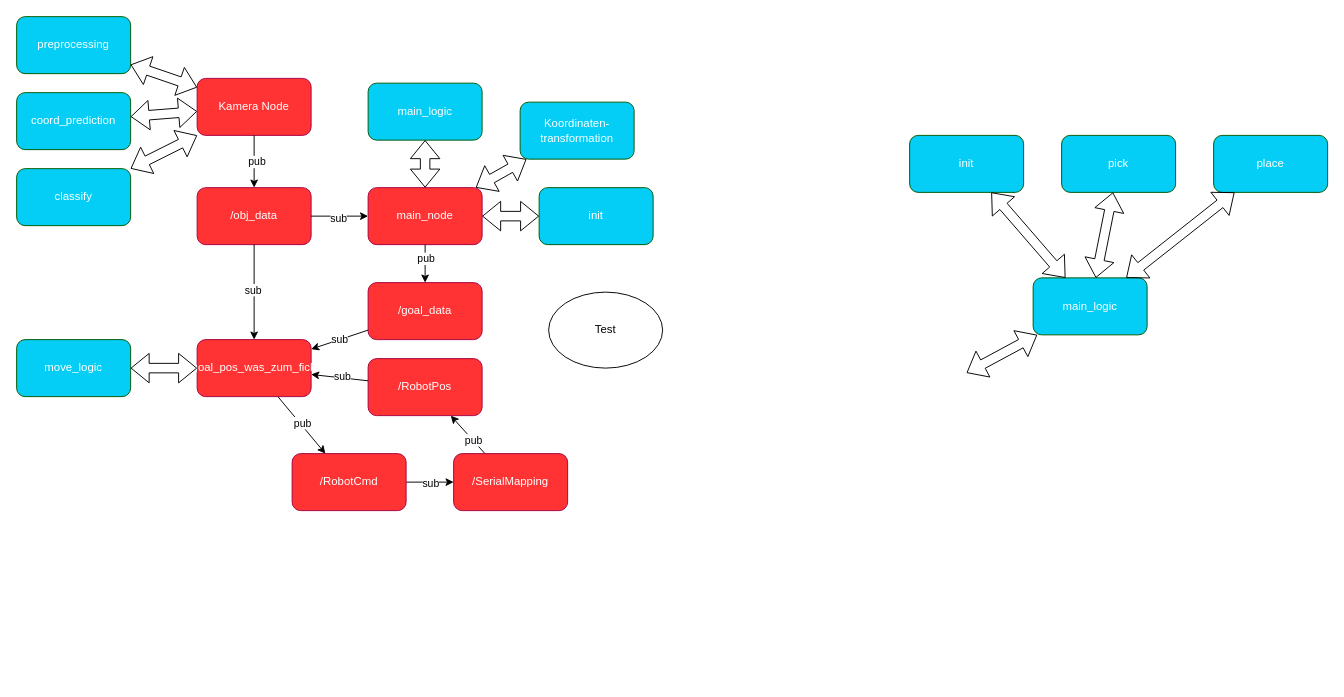
Above: AA_Software_Architektur/SW_architecture_simple.drawio in ibinsandig/Portal-zur-Exmatrikulation (draw.io), before the change. Source tidied: cells renumbered, new cells numbered last; positions are measured from the earlier drawing's top-left corner, leaving out a move shared by most shapes. Both pictures are drawn from the tidied source at 95%, with x=0, y=0 at pixel (16, 16).
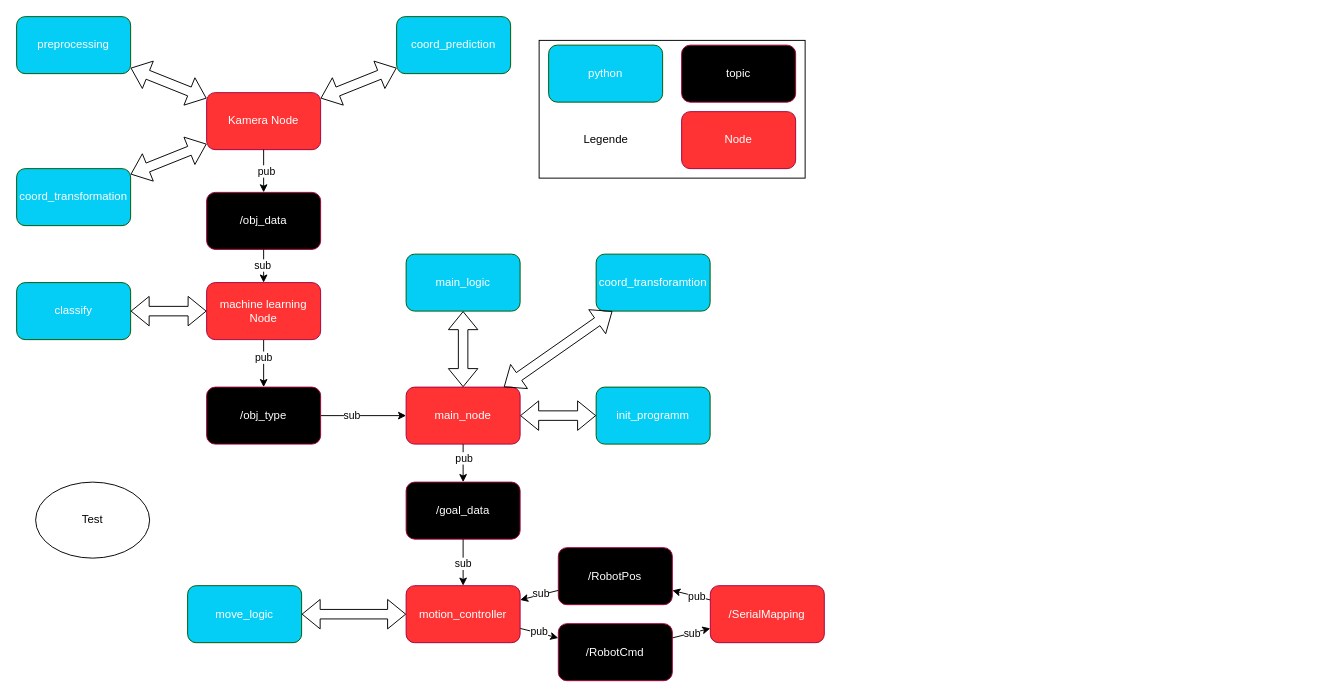
The same page after the edit.

Diff of the diagram source:
```diff
@@
     <mxCell id="2" value="Kamera Node" style="rounded=1;whiteSpace=wrap;html=1;fillColor=#FF3333;fontColor=#ffffff;strokeColor=#A50040;" parent="1" vertex="1">
-      <mxGeometry x="190" y="65" width="120" height="60" as="geometry" />
+      <mxGeometry x="200" y="80" width="120" height="60" as="geometry" />
     </mxCell>
@@
     <mxCell id="4" value="classify" style="rounded=1;whiteSpace=wrap;html=1;fillColor=light-dark(#04cef6, #43ba43);fontColor=#ffffff;strokeColor=#005700;" parent="1" vertex="1">
-      <mxGeometry y="160" width="120" height="60" as="geometry" />
+      <mxGeometry y="280" width="120" height="60" as="geometry" />
     </mxCell>
     <mxCell id="5" value="coord_prediction" style="rounded=1;whiteSpace=wrap;html=1;fillColor=light-dark(#04cef6, #43ba43);fontColor=#ffffff;strokeColor=#005700;" parent="1" vertex="1">
-      <mxGeometry y="80" width="120" height="60" as="geometry" />
+      <mxGeometry x="400" width="120" height="60" as="geometry" />
     </mxCell>
-    <mxCell id="6" style="shape=flexArrow;endArrow=classic;startArrow=classic;html=1;" parent="1" edge="1" source="2" target="4">
+    <mxCell id="6" style="shape=flexArrow;endArrow=classic;startArrow=classic;html=1;" parent="1" edge="1" source="53" target="4">
       <mxGeometry relative="1" as="geometry" />
     </mxCell>
@@
-    <mxCell id="9" value="/obj_data" style="rounded=1;whiteSpace=wrap;html=1;fillColor=#FF3333;fontColor=#ffffff;strokeColor=#A50040;" parent="1" vertex="1">
-      <mxGeometry x="190" y="180" width="120" height="60" as="geometry" />
+    <mxCell id="9" value="/obj_data" style="rounded=1;whiteSpace=wrap;html=1;fillColor=#000000;fontColor=#ffffff;strokeColor=#A50040;" parent="1" vertex="1">
+      <mxGeometry x="200" y="185" width="120" height="60" as="geometry" />
     </mxCell>
@@
     <mxCell id="12" value="main_node" style="rounded=1;whiteSpace=wrap;html=1;fillColor=#FF3333;fontColor=#ffffff;strokeColor=#A50040;" parent="1" vertex="1">
-      <mxGeometry x="370" y="180" width="120" height="60" as="geometry" />
+      <mxGeometry x="410" y="390" width="120" height="60" as="geometry" />
     </mxCell>
-    <mxCell id="13" style="endArrow=classic;html=1;" parent="1" edge="1" source="9" target="12">
-      <mxGeometry relative="1" as="geometry" />
-    </mxCell>
-    <mxCell id="14" value="sub" style="edgeLabel;html=1;align=center;verticalAlign=middle;" parent="13" vertex="1">
-      <mxGeometry x="-0.07" y="-2" relative="1" as="geometry" />
-    </mxCell>
-    <mxCell id="15" value="main_logic" style="rounded=1;whiteSpace=wrap;html=1;fillColor=light-dark(#04cef6, #43ba43);fontColor=#ffffff;strokeColor=#005700;" parent="1" vertex="1">
-      <mxGeometry x="1070" y="275" width="120" height="60" as="geometry" />
-    </mxCell>
-    <mxCell id="16" value="pick" style="rounded=1;whiteSpace=wrap;html=1;fillColor=light-dark(#04cef6, #43ba43);fontColor=#ffffff;strokeColor=#005700;" parent="1" vertex="1">
-      <mxGeometry x="1100" y="125" width="120" height="60" as="geometry" />
-    </mxCell>
-    <mxCell id="17" value="place" style="rounded=1;whiteSpace=wrap;html=1;fillColor=light-dark(#04cef6, #43ba43);fontColor=#ffffff;strokeColor=#005700;" parent="1" vertex="1">
-      <mxGeometry x="1260" y="125" width="120" height="60" as="geometry" />
-    </mxCell>
-    <mxCell id="18" value="init" style="rounded=1;whiteSpace=wrap;html=1;fillColor=light-dark(#04cef6, #43ba43);fontColor=#ffffff;strokeColor=#005700;" parent="1" vertex="1">
-      <mxGeometry x="940" y="125" width="120" height="60" as="geometry" />
-    </mxCell>
-    <mxCell id="19" style="shape=flexArrow;endArrow=classic;startArrow=classic;html=1;" parent="1" edge="1" source="15" target="18">
-      <mxGeometry relative="1" as="geometry" />
-    </mxCell>
-    <mxCell id="20" style="shape=flexArrow;endArrow=classic;startArrow=classic;html=1;" parent="1" edge="1" source="15" target="16">
-      <mxGeometry relative="1" as="geometry" />
-    </mxCell>
-    <mxCell id="21" style="shape=flexArrow;endArrow=classic;startArrow=classic;html=1;" parent="1" edge="1" source="15" target="17">
-      <mxGeometry relative="1" as="geometry" />
-    </mxCell>
-    <mxCell id="22" style="shape=flexArrow;endArrow=classic;startArrow=classic;html=1;" parent="1" edge="1" target="15">
-      <mxGeometry relative="1" as="geometry">
-        <mxPoint x="1000" y="375" as="sourcePoint" />
-      </mxGeometry>
-    </mxCell>
@@
-    <mxCell id="25" value="/RobotCmd" style="rounded=1;whiteSpace=wrap;html=1;fillColor=#FF3333;fontColor=#ffffff;strokeColor=#A50040;" parent="1" vertex="1">
-      <mxGeometry x="290" y="460" width="120" height="60" as="geometry" />
+    <mxCell id="25" value="/RobotCmd" style="rounded=1;whiteSpace=wrap;html=1;fillColor=light-dark(#000000, #ff7777);fontColor=#ffffff;strokeColor=#A50040;" parent="1" vertex="1">
+      <mxGeometry x="570.2" y="639" width="120" height="60" as="geometry" />
     </mxCell>
@@
     <mxCell id="28" value="/SerialMapping" style="rounded=1;whiteSpace=wrap;html=1;fillColor=#FF3333;fontColor=#ffffff;strokeColor=#A50040;" parent="1" vertex="1">
-      <mxGeometry x="460" y="460" width="120" height="60" as="geometry" />
+      <mxGeometry x="730.2" y="599" width="120" height="60" as="geometry" />
     </mxCell>
-    <mxCell id="29" value="/RobotPos" style="rounded=1;whiteSpace=wrap;html=1;fillColor=#FF3333;fontColor=#ffffff;strokeColor=#A50040;" parent="1" vertex="1">
-      <mxGeometry x="370" y="360" width="120" height="60" as="geometry" />
+    <mxCell id="29" value="/RobotPos" style="rounded=1;whiteSpace=wrap;html=1;fillColor=#000000;fontColor=#ffffff;strokeColor=#A50040;" parent="1" vertex="1">
+      <mxGeometry x="570.2" y="559" width="120" height="60" as="geometry" />
     </mxCell>
     <mxCell id="30" value="Test" style="ellipse;whiteSpace=wrap;html=1;" parent="1" vertex="1">
-      <mxGeometry x="560" y="290" width="120" height="80" as="geometry" />
+      <mxGeometry x="20" y="490" width="120" height="80" as="geometry" />
     </mxCell>
@@
     <mxCell id="35" value="main_logic" style="rounded=1;whiteSpace=wrap;html=1;fillColor=light-dark(#04cef6, #43ba43);fontColor=#ffffff;strokeColor=#005700;" parent="1" vertex="1">
-      <mxGeometry x="370" y="70" width="120" height="60" as="geometry" />
+      <mxGeometry x="410" y="250" width="120" height="60" as="geometry" />
     </mxCell>
@@
-    <mxCell id="37" value="/goal_data" style="rounded=1;whiteSpace=wrap;html=1;fillColor=#FF3333;fontColor=#ffffff;strokeColor=#A50040;" parent="1" vertex="1">
-      <mxGeometry x="370" y="280" width="120" height="60" as="geometry" />
+    <mxCell id="37" value="/goal_data" style="rounded=1;whiteSpace=wrap;html=1;fillColor=light-dark(#000000, #ff7777);fontColor=#ffffff;strokeColor=#A50040;" parent="1" vertex="1">
+      <mxGeometry x="410" y="490" width="120" height="60" as="geometry" />
     </mxCell>
-    <mxCell id="38" value="goal_pos_was_zum_fick" style="rounded=1;whiteSpace=wrap;html=1;fillColor=#FF3333;fontColor=#ffffff;strokeColor=#A50040;" parent="1" vertex="1">
-      <mxGeometry x="190" y="340" width="120" height="60" as="geometry" />
+    <mxCell id="38" value="motion_controller" style="rounded=1;whiteSpace=wrap;html=1;fillColor=#FF3333;fontColor=#ffffff;strokeColor=#A50040;" parent="1" vertex="1">
+      <mxGeometry x="410" y="599" width="120" height="60" as="geometry" />
     </mxCell>
     <mxCell id="39" value="move_logic" style="rounded=1;whiteSpace=wrap;html=1;fillColor=light-dark(#04cef6, #43ba43);fontColor=#ffffff;strokeColor=#005700;" parent="1" vertex="1">
-      <mxGeometry y="340" width="120" height="60" as="geometry" />
+      <mxGeometry x="180" y="599" width="120" height="60" as="geometry" />
     </mxCell>
@@
-    <mxCell id="45" style="endArrow=classic;html=1;" parent="1" edge="1" source="9" target="38">
+    <mxCell id="45" style="endArrow=classic;html=1;" parent="1" edge="1" source="9" target="53">
       <mxGeometry relative="1" as="geometry" />
     </mxCell>
@@
-    <mxCell id="47" value="Koordinaten-&lt;div&gt;transformation&lt;/div&gt;" style="rounded=1;whiteSpace=wrap;html=1;fillColor=light-dark(#04cef6, #43ba43);fontColor=#ffffff;strokeColor=#005700;" parent="1" vertex="1">
-      <mxGeometry x="530" y="90" width="120" height="60" as="geometry" />
+    <mxCell id="47" value="coord_transforamtion" style="rounded=1;whiteSpace=wrap;html=1;fillColor=light-dark(#04cef6, #43ba43);fontColor=#ffffff;strokeColor=#005700;" parent="1" vertex="1">
+      <mxGeometry x="610" y="250" width="120" height="60" as="geometry" />
     </mxCell>
-    <mxCell id="48" value="init" style="rounded=1;whiteSpace=wrap;html=1;fillColor=light-dark(#04cef6, #43ba43);fontColor=#ffffff;strokeColor=#005700;" parent="1" vertex="1">
-      <mxGeometry x="550" y="180" width="120" height="60" as="geometry" />
+    <mxCell id="48" value="init_programm" style="rounded=1;whiteSpace=wrap;html=1;fillColor=light-dark(#04cef6, #43ba43);fontColor=#ffffff;strokeColor=#005700;" parent="1" vertex="1">
+      <mxGeometry x="610" y="390" width="120" height="60" as="geometry" />
     </mxCell>
@@
+    <mxCell id="51" style="edgeStyle=none;html=1;" parent="1" edge="1" source="53" target="57">
+      <mxGeometry relative="1" as="geometry" />
+    </mxCell>
+    <mxCell id="52" value="pub" style="edgeLabel;html=1;align=center;verticalAlign=middle;" parent="51" vertex="1">
+      <mxGeometry x="-0.3" y="-1" relative="1" as="geometry" />
+    </mxCell>
+    <mxCell id="53" value="machine learning Node" style="rounded=1;whiteSpace=wrap;html=1;fillColor=#FF3333;fontColor=#ffffff;strokeColor=#A50040;" parent="1" vertex="1">
+      <mxGeometry x="200" y="280" width="120" height="60" as="geometry" />
+    </mxCell>
+    <mxCell id="54" value="coord_transformation" style="rounded=1;whiteSpace=wrap;html=1;fillColor=light-dark(#04cef6, #43ba43);fontColor=#ffffff;strokeColor=#005700;" parent="1" vertex="1">
+      <mxGeometry y="160" width="120" height="60" as="geometry" />
+    </mxCell>
+    <mxCell id="55" style="shape=flexArrow;endArrow=classic;startArrow=classic;html=1;" parent="1" edge="1" source="54" target="2">
+      <mxGeometry relative="1" as="geometry" />
+    </mxCell>
+    <mxCell id="56" style="edgeStyle=none;html=1;" parent="1" edge="1" source="57" target="12">
+      <mxGeometry relative="1" as="geometry" />
+    </mxCell>
+    <mxCell id="14" value="sub" style="edgeLabel;html=1;align=center;verticalAlign=middle;" parent="56" vertex="1">
+      <mxGeometry x="-0.28" y="1" relative="1" as="geometry" />
+    </mxCell>
+    <mxCell id="57" value="/obj_type" style="rounded=1;whiteSpace=wrap;html=1;fillColor=light-dark(#000000, #ff7777);fontColor=#ffffff;strokeColor=#A50040;" parent="1" vertex="1">
+      <mxGeometry x="200" y="390" width="120" height="60" as="geometry" />
+    </mxCell>
+    <mxCell id="58" style="rounded=0;whiteSpace=wrap;html=1;" parent="1" vertex="1">
+      <mxGeometry x="550" y="25" width="280" height="145" as="geometry" />
+    </mxCell>
+    <mxCell id="59" value="topic" style="rounded=1;whiteSpace=wrap;html=1;fillColor=#000000;fontColor=#ffffff;strokeColor=#A50040;" parent="1" vertex="1">
+      <mxGeometry x="700" y="30" width="120" height="60" as="geometry" />
+    </mxCell>
+    <mxCell id="60" value="Node" style="rounded=1;whiteSpace=wrap;html=1;fillColor=#FF3333;fontColor=#ffffff;strokeColor=#A50040;" parent="1" vertex="1">
+      <mxGeometry x="700" y="100" width="120" height="60" as="geometry" />
+    </mxCell>
+    <mxCell id="61" value="python" style="rounded=1;whiteSpace=wrap;html=1;fillColor=light-dark(#04cef6, #43ba43);fontColor=#ffffff;strokeColor=#005700;" parent="1" vertex="1">
+      <mxGeometry x="560" y="30" width="120" height="60" as="geometry" />
+    </mxCell>
+    <mxCell id="62" value="Legende" style="text;html=1;align=center;verticalAlign=middle;strokeColor=none;fillColor=none;" parent="1" vertex="1">
+      <mxGeometry x="585" y="115" width="70" height="30" as="geometry" />
+    </mxCell>
```
